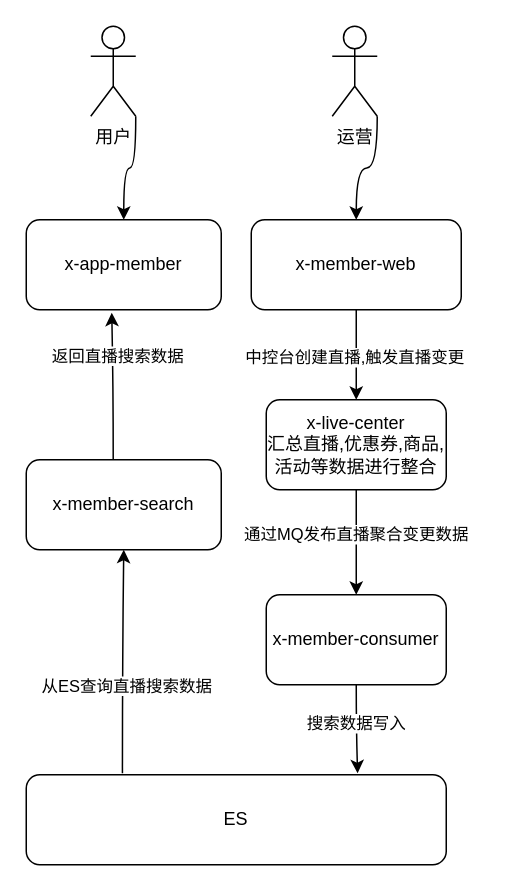
The draw.io diagram zhibosousuo.drawio in mingtian110/pc_home, before the edit. Source tidied: cells renumbered, new cells numbered last; positions are measured from the earlier drawing's top-left corner, leaving out a move shared by most shapes. Both pictures are drawn from the tidied source at 150%, with x=0, y=0 at pixel (26, 26).
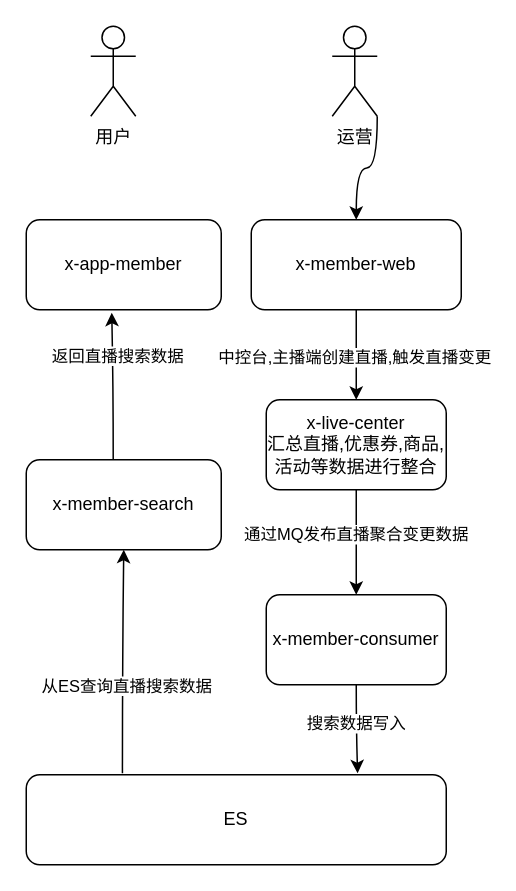
The same page after the edit.

The change refers to these unchanged cells:
```xml
<mxCell id="2" value="x-app-member" style="rounded=1;whiteSpace=wrap;html=1;" parent="1" vertex="1">
  <mxGeometry y="129" width="130" height="60" as="geometry" />
</mxCell>
<mxCell id="15" style="edgeStyle=orthogonalEdgeStyle;rounded=0;jettySize=auto;html=1;exitX=0.5;exitY=1;exitDx=0;exitDy=0;curved=1;" parent="1" edge="1" source="17" target="8">
  <mxGeometry relative="1" as="geometry" />
</mxCell>
<mxCell id="19" value="用户" style="shape=umlActor;verticalLabelPosition=bottom;verticalAlign=top;html=1;outlineConnect=0;" parent="1" vertex="1">
  <mxGeometry x="43" width="30" height="60" as="geometry" />
</mxCell>
```

The edit, as a diff of the source:
```diff
@@
-    <mxCell id="16" value="中控台创建直播,触发直播变更" style="edgeLabel;html=1;align=center;verticalAlign=middle;" parent="15" vertex="1">
+    <mxCell id="16" value="中控台,主播端创建直播,触发直播变更" style="edgeLabel;html=1;align=center;verticalAlign=middle;" parent="15" vertex="1">
       <mxGeometry x="0.03" y="-2" relative="1" as="geometry" />
     </mxCell>
@@
-    <mxCell id="18" style="edgeStyle=orthogonalEdgeStyle;curved=1;rounded=0;jettySize=auto;html=1;exitX=1;exitY=1;exitDx=0;exitDy=0;exitPerimeter=0;entryX=0.5;entryY=0;entryDx=0;entryDy=0;" parent="1" edge="1" source="19" target="2">
-      <mxGeometry relative="1" as="geometry" />
-    </mxCell>
```
